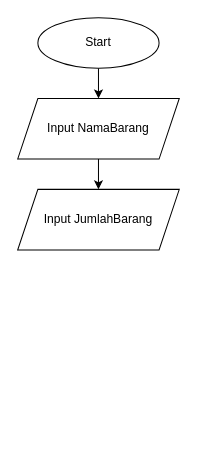
The draw.io diagram Flowchart.drawio in ahmadf111/ahmad_fajri-aplikasi_mesin_kasir, before the edit. Source tidied: cells renumbered, new cells numbered last; positions are measured from the earlier drawing's top-left corner, leaving out a move shared by most shapes. Both pictures are drawn from the tidied source at 101%, with x=0, y=0 at pixel (17, 17).
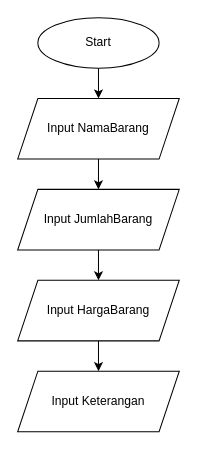
The same diagram, later.

Commit message:
Menambahkan variabel HargaBarang & Keterangan pada Flowchart

Change to the diagram source:
```diff
@@
 <mxGraphModel>
   <root>
     <mxCell id="0" />
     <mxCell id="1" parent="0" />
     <mxCell id="2" style="edgeStyle=none;html=1;exitX=0.5;exitY=1;exitDx=0;exitDy=0;entryX=0.5;entryY=0;entryDx=0;entryDy=0;" parent="1" edge="1" source="3" target="5">
       <mxGeometry relative="1" as="geometry" />
     </mxCell>
     <mxCell id="3" value="Start" style="ellipse;whiteSpace=wrap;html=1;" parent="1" vertex="1">
       <mxGeometry x="20" width="120" height="50" as="geometry" />
     </mxCell>
     <mxCell id="4" style="edgeStyle=none;html=1;exitX=0.5;exitY=1;exitDx=0;exitDy=0;entryX=0.5;entryY=0;entryDx=0;entryDy=0;" parent="1" edge="1" source="5" target="6">
       <mxGeometry relative="1" as="geometry" />
     </mxCell>
     <mxCell id="5" value="Input NamaBarang" style="shape=parallelogram;perimeter=parallelogramPerimeter;whiteSpace=wrap;html=1;fixedSize=1;" parent="1" vertex="1">
       <mxGeometry y="80" width="160" height="60" as="geometry" />
     </mxCell>
+    <mxCell id="7" style="edgeStyle=none;html=1;exitX=0.5;exitY=1;exitDx=0;exitDy=0;entryX=0.5;entryY=0;entryDx=0;entryDy=0;" parent="1" edge="1" source="6" target="9">
+      <mxGeometry relative="1" as="geometry" />
+    </mxCell>
     <mxCell id="6" value="Input JumlahBarang" style="shape=parallelogram;perimeter=parallelogramPerimeter;whiteSpace=wrap;html=1;fixedSize=1;" parent="1" vertex="1">
       <mxGeometry y="170" width="160" height="60" as="geometry" />
     </mxCell>
+    <mxCell id="8" style="edgeStyle=none;html=1;exitX=0.5;exitY=1;exitDx=0;exitDy=0;entryX=0.5;entryY=0;entryDx=0;entryDy=0;" parent="1" edge="1" source="9" target="10">
+      <mxGeometry relative="1" as="geometry" />
+    </mxCell>
+    <mxCell id="9" value="Input HargaBarang" style="shape=parallelogram;perimeter=parallelogramPerimeter;whiteSpace=wrap;html=1;fixedSize=1;" parent="1" vertex="1">
+      <mxGeometry y="260" width="160" height="60" as="geometry" />
+    </mxCell>
+    <mxCell id="10" value="Input Keterangan" style="shape=parallelogram;perimeter=parallelogramPerimeter;whiteSpace=wrap;html=1;fixedSize=1;" parent="1" vertex="1">
+      <mxGeometry y="350" width="160" height="60" as="geometry" />
+    </mxCell>
   </root>
 </mxGraphModel>
```
